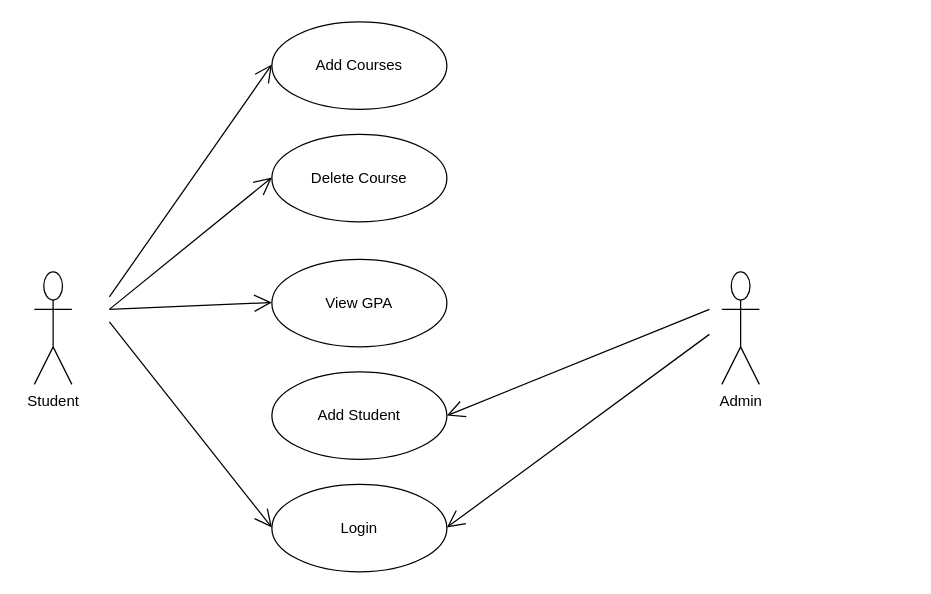
The draw.io diagram Untitled Diagram.drawio in JacquelynDeHart/SIMS_CS3321, before the edit. Source tidied: cells renumbered, new cells numbered last; positions are measured from the earlier drawing's top-left corner, leaving out a move shared by most shapes. Both pictures are drawn from the tidied source at 125%, with x=0, y=0 at pixel (34, 21).
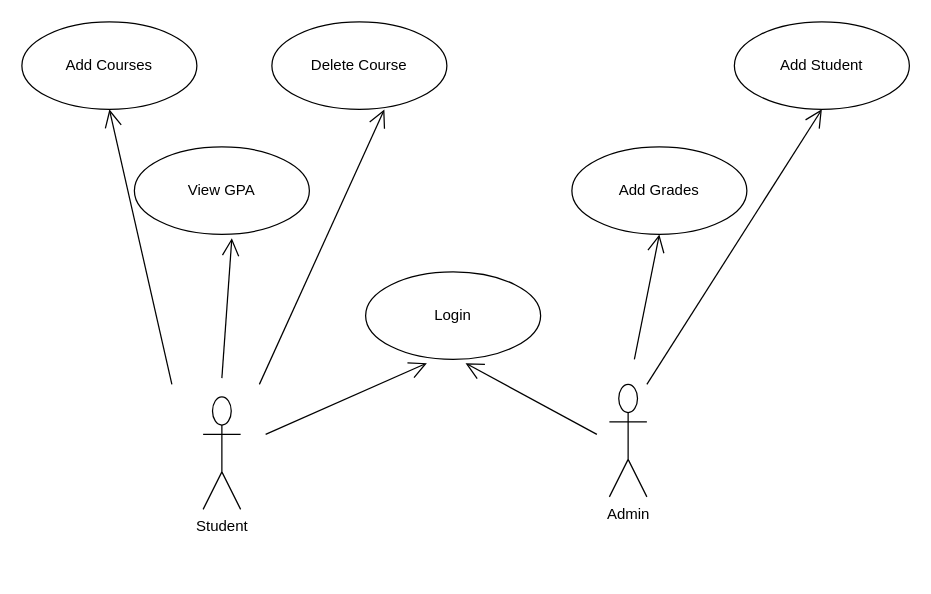
The same diagram, later.

Commit message:
useCase redesign

Diff of the diagram source:
```diff
@@
     <mxCell id="2" value="&lt;div&gt;Student&lt;/div&gt;" style="shape=umlActor;verticalLabelPosition=bottom;labelBackgroundColor=#ffffff;verticalAlign=top;html=1;" parent="1" vertex="1">
-      <mxGeometry y="200" width="30" height="90" as="geometry" />
+      <mxGeometry x="135" y="300" width="30" height="90" as="geometry" />
     </mxCell>
-    <mxCell id="3" style="endArrow=open;endFill=1;endSize=12;html=1;" parent="1" edge="1">
-      <mxGeometry relative="1" as="geometry">
-        <mxPoint x="60" y="220" as="sourcePoint" />
-        <mxPoint x="190" y="34" as="targetPoint" />
-      </mxGeometry>
-    </mxCell>
     <mxCell id="4" value="Admin" style="shape=umlActor;verticalLabelPosition=bottom;labelBackgroundColor=#ffffff;verticalAlign=top;html=1;" parent="1" vertex="1">
-      <mxGeometry x="550" y="200" width="30" height="90" as="geometry" />
+      <mxGeometry x="460" y="290" width="30" height="90" as="geometry" />
     </mxCell>
     <mxCell id="5" value="Add Courses" style="ellipse;whiteSpace=wrap;html=1;" parent="1" vertex="1">
-      <mxGeometry x="190" width="140" height="70" as="geometry" />
+      <mxGeometry x="-10" width="140" height="70" as="geometry" />
     </mxCell>
     <mxCell id="6" value="Delete Course" style="ellipse;whiteSpace=wrap;html=1;" parent="1" vertex="1">
-      <mxGeometry x="190" y="90" width="140" height="70" as="geometry" />
+      <mxGeometry x="190" width="140" height="70" as="geometry" />
     </mxCell>
     <mxCell id="7" value="View GPA" style="ellipse;whiteSpace=wrap;html=1;" parent="1" vertex="1">
-      <mxGeometry x="190" y="190" width="140" height="70" as="geometry" />
+      <mxGeometry x="80" y="100" width="140" height="70" as="geometry" />
     </mxCell>
     <mxCell id="8" value="Add Student" style="ellipse;whiteSpace=wrap;html=1;" parent="1" vertex="1">
-      <mxGeometry x="190" y="280" width="140" height="70" as="geometry" />
+      <mxGeometry x="560" width="140" height="70" as="geometry" />
     </mxCell>
-    <mxCell id="9" style="endArrow=open;endFill=1;endSize=12;html=1;entryX=1;entryY=0.5;entryDx=0;entryDy=0;" parent="1" edge="1" target="8">
-      <mxGeometry relative="1" as="geometry">
-        <mxPoint x="540" y="230" as="sourcePoint" />
-      </mxGeometry>
-    </mxCell>
-    <mxCell id="10" style="endArrow=open;endFill=1;endSize=12;html=1;" parent="1" edge="1">
-      <mxGeometry relative="1" as="geometry">
-        <mxPoint x="60" y="230" as="sourcePoint" />
-        <mxPoint x="190" y="124.5" as="targetPoint" />
-      </mxGeometry>
-    </mxCell>
-    <mxCell id="11" style="endArrow=open;endFill=1;endSize=12;html=1;" parent="1" edge="1">
-      <mxGeometry relative="1" as="geometry">
-        <mxPoint x="60" y="230" as="sourcePoint" />
-        <mxPoint x="190" y="224.5" as="targetPoint" />
-      </mxGeometry>
-    </mxCell>
     <mxCell id="12" value="Login" style="ellipse;whiteSpace=wrap;html=1;" parent="1" vertex="1">
-      <mxGeometry x="190" y="370" width="140" height="70" as="geometry" />
+      <mxGeometry x="265" y="200" width="140" height="70" as="geometry" />
     </mxCell>
-    <mxCell id="13" style="endArrow=open;endFill=1;endSize=12;html=1;" parent="1" edge="1">
-      <mxGeometry relative="1" as="geometry">
-        <mxPoint x="60" y="240" as="sourcePoint" />
-        <mxPoint x="190" y="404.5" as="targetPoint" />
-      </mxGeometry>
-    </mxCell>
-    <mxCell id="14" style="endArrow=open;endFill=1;endSize=12;html=1;" parent="1" edge="1">
-      <mxGeometry relative="1" as="geometry">
-        <mxPoint x="540" y="250" as="sourcePoint" />
-        <mxPoint x="330" y="404.5" as="targetPoint" />
-      </mxGeometry>
-    </mxCell>
+    <mxCell id="15" value="Add Grades" style="ellipse;whiteSpace=wrap;html=1;" parent="1" vertex="1">
+      <mxGeometry x="430" y="100" width="140" height="70" as="geometry" />
+    </mxCell>
+    <mxCell id="16" style="endArrow=open;endFill=1;endSize=12;html=1;entryX=0.5;entryY=1;entryDx=0;entryDy=0;" parent="1" edge="1" target="5">
+      <mxGeometry relative="1" as="geometry">
+        <mxPoint x="110" y="290" as="sourcePoint" />
+      </mxGeometry>
+    </mxCell>
+    <mxCell id="17" style="endArrow=open;endFill=1;endSize=12;html=1;entryX=0.557;entryY=1.043;entryDx=0;entryDy=0;entryPerimeter=0;" parent="1" edge="1" target="7">
+      <mxGeometry relative="1" as="geometry">
+        <mxPoint x="150" y="285" as="sourcePoint" />
+      </mxGeometry>
+    </mxCell>
+    <mxCell id="18" style="endArrow=open;endFill=1;endSize=12;html=1;" parent="1" edge="1">
+      <mxGeometry relative="1" as="geometry">
+        <mxPoint x="180" y="290" as="sourcePoint" />
+        <mxPoint x="280" y="70" as="targetPoint" />
+      </mxGeometry>
+    </mxCell>
+    <mxCell id="19" style="endArrow=open;endFill=1;endSize=12;html=1;entryX=0.35;entryY=1.043;entryDx=0;entryDy=0;entryPerimeter=0;" parent="1" edge="1" target="12">
+      <mxGeometry relative="1" as="geometry">
+        <mxPoint x="185" y="330" as="sourcePoint" />
+      </mxGeometry>
+    </mxCell>
+    <mxCell id="20" style="endArrow=open;endFill=1;endSize=12;html=1;entryX=0.571;entryY=1.043;entryDx=0;entryDy=0;entryPerimeter=0;" parent="1" edge="1" target="12">
+      <mxGeometry relative="1" as="geometry">
+        <mxPoint x="450" y="330" as="sourcePoint" />
+      </mxGeometry>
+    </mxCell>
+    <mxCell id="21" style="endArrow=open;endFill=1;endSize=12;html=1;entryX=0.5;entryY=1;entryDx=0;entryDy=0;" parent="1" edge="1" target="15">
+      <mxGeometry relative="1" as="geometry">
+        <mxPoint x="480" y="270" as="sourcePoint" />
+      </mxGeometry>
+    </mxCell>
+    <mxCell id="22" style="endArrow=open;endFill=1;endSize=12;html=1;entryX=0.5;entryY=1;entryDx=0;entryDy=0;" parent="1" edge="1" target="8">
+      <mxGeometry relative="1" as="geometry">
+        <mxPoint x="490" y="290" as="sourcePoint" />
+      </mxGeometry>
+    </mxCell>
```
